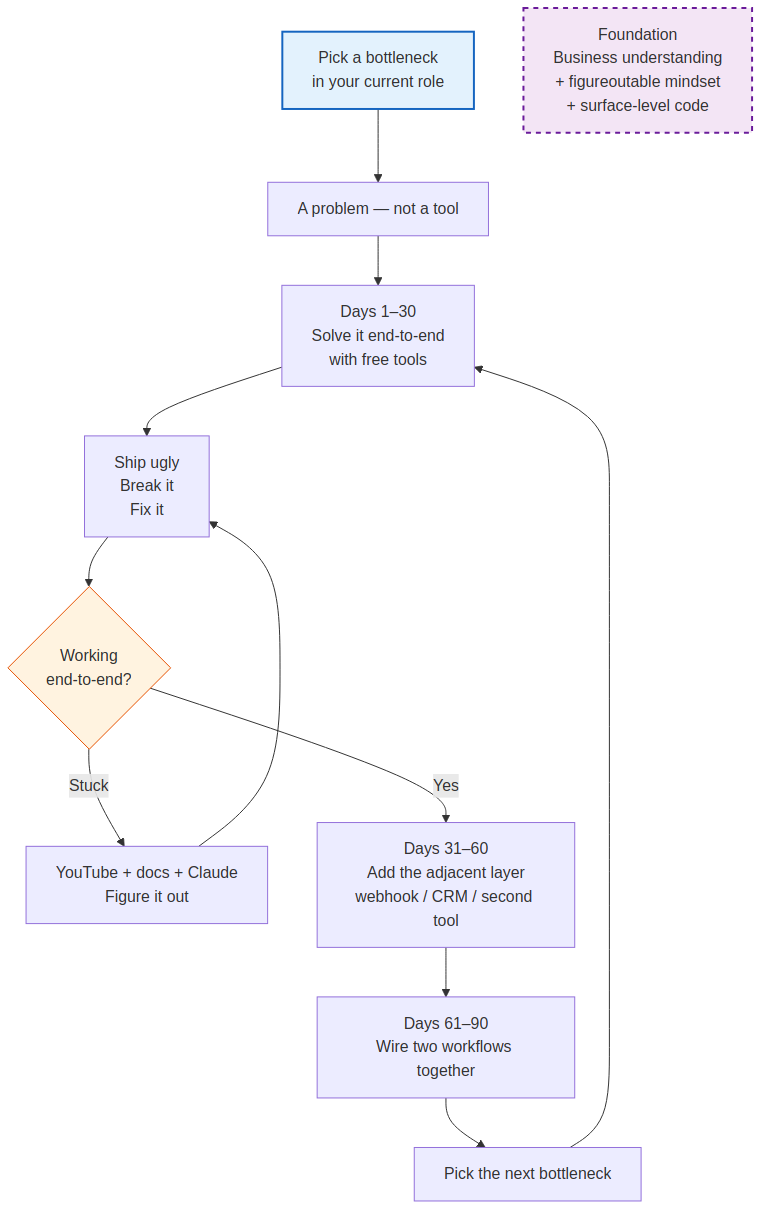
bala-vujis/Pershe keeps this Mermaid diagram as gtme-origin-post/prescribed-path.png. Above is the earlier version. Its source is kept beside it as gtme-origin-post/prescribed-path.mmd. The source it was exported from:
```mermaid
flowchart TD
    A["Pick a bottleneck<br/>in your current role"] --> B["A problem — not a tool"]
    B --> C["Days 1–30<br/>Solve it end-to-end<br/>with free tools"]
    C --> D["Ship ugly<br/>Break it<br/>Fix it"]
    D --> E{"Working<br/>end-to-end?"}
    E -->|"Stuck"| F["YouTube + docs + Claude<br/>Figure it out"]
    F --> D
    E -->|"Yes"| G["Days 31–60<br/>Add the adjacent layer<br/>webhook / CRM / second tool"]
    G --> H["Days 61–90<br/>Wire two workflows together"]
    H --> I["Pick the next bottleneck"]
    I --> C

    FOUNDATION["Foundation<br/>Business understanding<br/>+ figureoutable mindset<br/>+ surface-level code"]

    style A fill:#e3f2fd,stroke:#1565c0,stroke-width:2px
    style FOUNDATION fill:#f3e5f5,stroke:#6a1b9a,stroke-width:2px,stroke-dasharray: 5 5
    style E fill:#fff3e0,stroke:#e65100
```
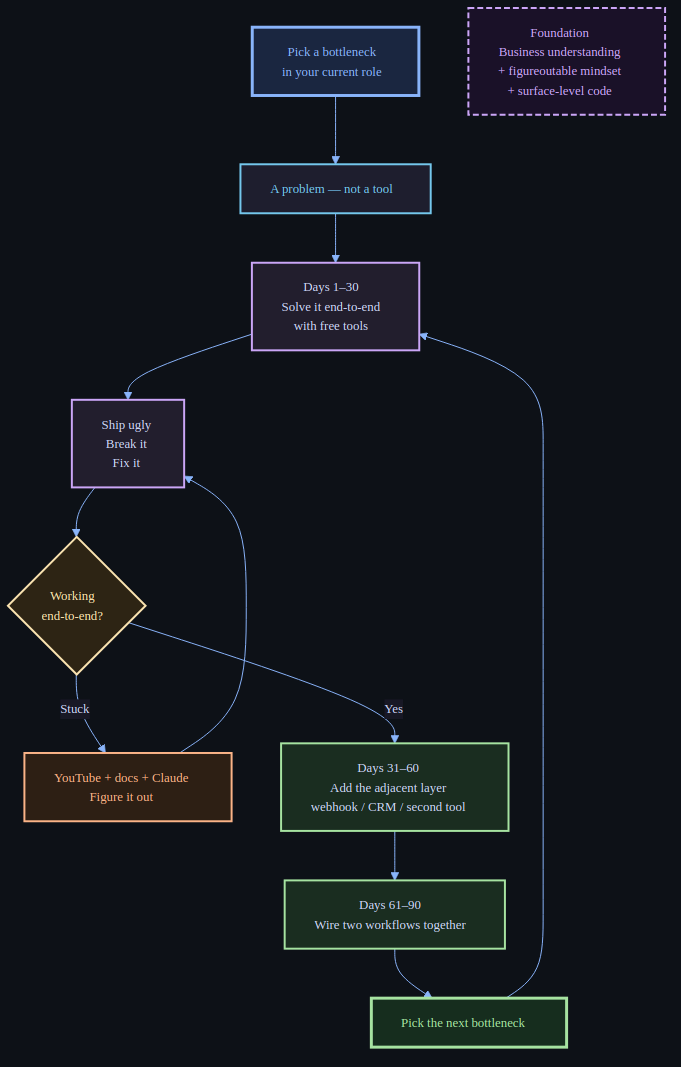
After the change.

Commit message:
Redesign diagrams with dark theme and color-coded nodes

Diff of the diagram source:
```diff
@@ -1,3 +1,4 @@
+%%{init: {'theme': 'base', 'themeVariables': {'primaryColor': '#1e1e2e', 'primaryTextColor': '#cdd6f4', 'primaryBorderColor': '#45475a', 'lineColor': '#89b4fa', 'edgeLabelBackground': '#181825', 'background': '#0d1117', 'fontFamily': 'ui-monospace, SFMono-Regular, monospace', 'fontSize': '13px'}}}%%
 flowchart TD
     A["Pick a bottleneck<br/>in your current role"] --> B["A problem — not a tool"]
     B --> C["Days 1–30<br/>Solve it end-to-end<br/>with free tools"]
@@ -12,6 +13,13 @@
 
     FOUNDATION["Foundation<br/>Business understanding<br/>+ figureoutable mindset<br/>+ surface-level code"]
 
-    style A fill:#e3f2fd,stroke:#1565c0,stroke-width:2px
-    style FOUNDATION fill:#f3e5f5,stroke:#6a1b9a,stroke-width:2px,stroke-dasharray: 5 5
-    style E fill:#fff3e0,stroke:#e65100
+    style A fill:#1a2640,stroke:#89b4fa,stroke-width:3px,color:#89b4fa
+    style B fill:#1e1e2e,stroke:#74c7ec,stroke-width:2px,color:#74c7ec
+    style C fill:#221e2d,stroke:#cba6f7,stroke-width:2px,color:#cdd6f4
+    style D fill:#221e2d,stroke:#cba6f7,stroke-width:2px,color:#cdd6f4
+    style E fill:#2d2414,stroke:#f9e2af,stroke-width:2px,color:#f9e2af
+    style F fill:#2d1f14,stroke:#fab387,stroke-width:2px,color:#fab387
+    style G fill:#1a2d20,stroke:#a6e3a1,stroke-width:2px,color:#cdd6f4
+    style H fill:#1a2d20,stroke:#a6e3a1,stroke-width:2px,color:#cdd6f4
+    style I fill:#162d1e,stroke:#a6e3a1,stroke-width:3px,color:#a6e3a1
+    style FOUNDATION fill:#1a1128,stroke:#cba6f7,stroke-width:2px,stroke-dasharray:6 3,color:#cba6f7
```
